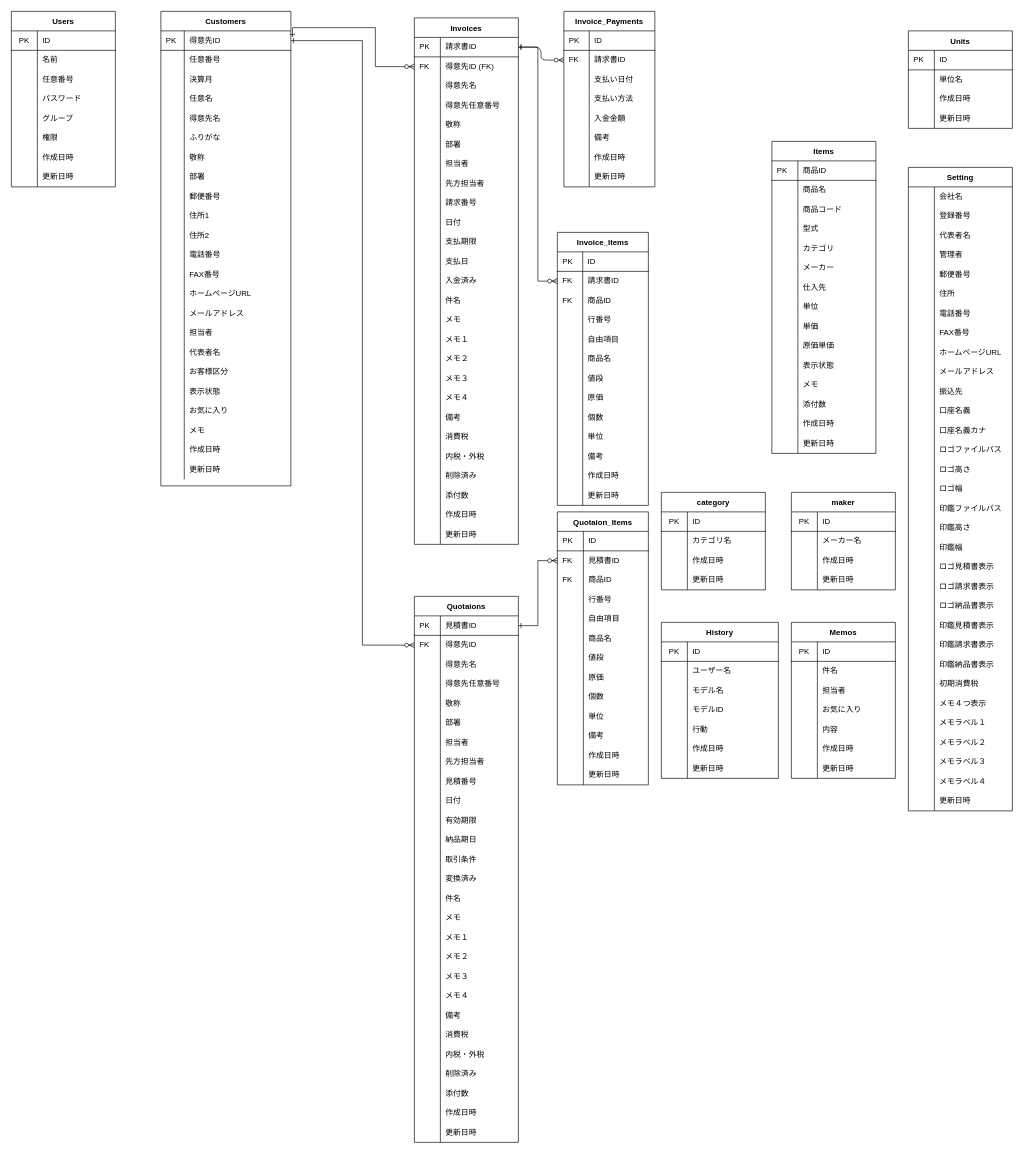
This is soho_er.dio from gamasenninn/caddie-clone, a draw.io file, before an edit. Source tidied: cells renumbered, new cells numbered last; positions are measured from the earlier drawing's top-left corner, leaving out a move shared by most shapes. Both pictures are drawn from the tidied source at 65%, with x=0, y=0 at pixel (11, 11).
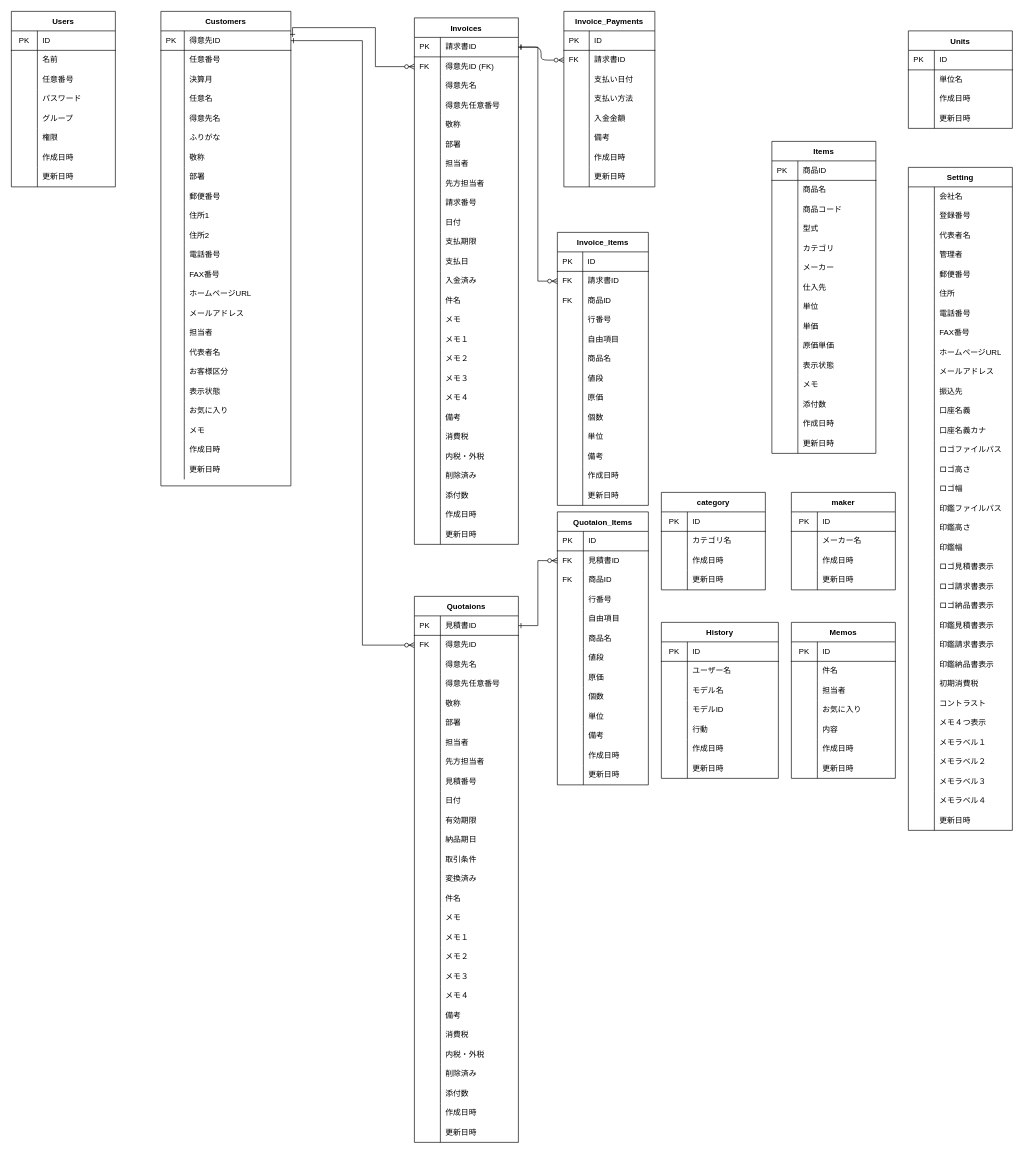
After the change.

Change to the diagram source:
```diff
@@
     <mxCell id="372" value="Setting" style="shape=table;startSize=30;childLayout=tableLayout;rowLines=0;fontStyle=1;align=center;" parent="1" vertex="1">
-      <mxGeometry x="1380" y="240" width="160" height="990" as="geometry" />
+      <mxGeometry x="1380" y="240" width="160" height="1020" as="geometry" />
     </mxCell>
@@
+    <mxCell id="594" style="shape=partialRectangle;html=1;whiteSpace=wrap;fillColor=none;top=0;left=0;bottom=0;right=0;" parent="372" vertex="1">
+      <mxGeometry y="810" width="160" height="30" as="geometry" />
+    </mxCell>
+    <mxCell id="595" style="shape=partialRectangle;html=1;whiteSpace=wrap;fillColor=none;top=0;left=0;bottom=0;right=0;align=left;spacingLeft=6;overflow=hidden;" parent="594" vertex="1">
+      <mxGeometry width="40" height="30" as="geometry" />
+    </mxCell>
+    <mxCell id="596" value="コントラスト" style="shape=partialRectangle;html=1;whiteSpace=wrap;fillColor=none;top=0;left=0;bottom=0;right=0;align=left;spacingLeft=6;overflow=hidden;" parent="594" vertex="1">
+      <mxGeometry x="40" width="120" height="30" as="geometry" />
+    </mxCell>
     <mxCell id="451" style="shape=partialRectangle;html=1;whiteSpace=wrap;fillColor=none;top=0;left=0;bottom=0;right=0;" parent="372" vertex="1">
-      <mxGeometry y="810" width="160" height="30" as="geometry" />
+      <mxGeometry y="840" width="160" height="30" as="geometry" />
     </mxCell>
@@
     <mxCell id="454" style="shape=partialRectangle;html=1;whiteSpace=wrap;fillColor=none;top=0;left=0;bottom=0;right=0;" parent="372" vertex="1">
-      <mxGeometry y="840" width="160" height="30" as="geometry" />
+      <mxGeometry y="870" width="160" height="30" as="geometry" />
     </mxCell>
@@
     <mxCell id="457" style="shape=partialRectangle;html=1;whiteSpace=wrap;fillColor=none;top=0;left=0;bottom=0;right=0;" parent="372" vertex="1">
-      <mxGeometry y="870" width="160" height="30" as="geometry" />
+      <mxGeometry y="900" width="160" height="30" as="geometry" />
     </mxCell>
@@
     <mxCell id="460" style="shape=partialRectangle;html=1;whiteSpace=wrap;fillColor=none;top=0;left=0;bottom=0;right=0;" parent="372" vertex="1">
-      <mxGeometry y="900" width="160" height="30" as="geometry" />
+      <mxGeometry y="930" width="160" height="30" as="geometry" />
     </mxCell>
@@
     <mxCell id="463" style="shape=partialRectangle;html=1;whiteSpace=wrap;fillColor=none;top=0;left=0;bottom=0;right=0;" parent="372" vertex="1">
-      <mxGeometry y="930" width="160" height="30" as="geometry" />
+      <mxGeometry y="960" width="160" height="30" as="geometry" />
     </mxCell>
@@
     <mxCell id="466" style="shape=partialRectangle;html=1;whiteSpace=wrap;fillColor=none;top=0;left=0;bottom=0;right=0;" parent="372" vertex="1">
-      <mxGeometry y="960" width="160" height="30" as="geometry" />
+      <mxGeometry y="990" width="160" height="30" as="geometry" />
     </mxCell>
```
